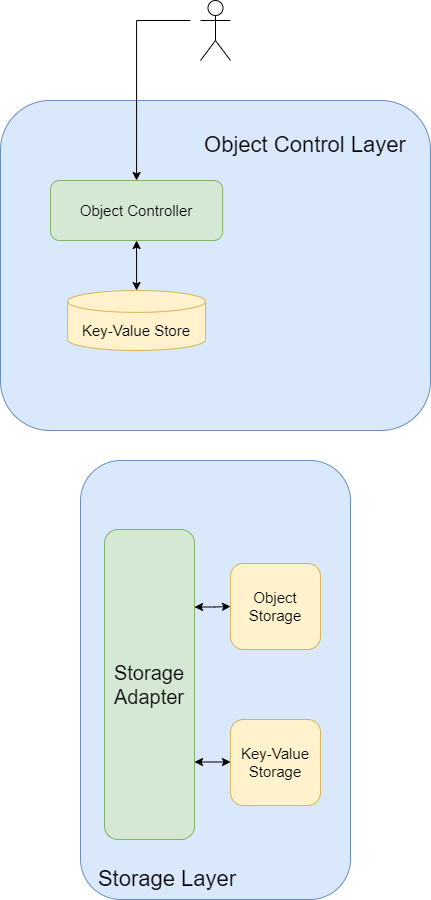
Above: doc/diagrams/oaas_flow_object_creation.dio.png in hpcclab/OaaS (draw.io), before the change. Source tidied: cells renumbered, new cells last; positions are measured from the earlier drawing's top-left corner, leaving out a move shared by most shapes.
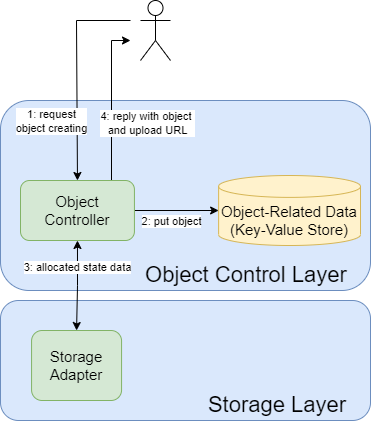
The same file after the commit.

Change to the diagram source:
```diff
@@ -3,34 +3,52 @@
     <mxCell id="0" />
     <mxCell id="1" parent="0" />
     <mxCell id="2" style="rounded=1;whiteSpace=wrap;html=1;fillColor=#dae8fc;strokeColor=#6c8ebf;" parent="1" vertex="1">
-      <mxGeometry y="100" width="430" height="330" as="geometry" />
+      <mxGeometry x="60" y="100" width="370" height="190" as="geometry" />
     </mxCell>
     <mxCell id="3" style="rounded=1;whiteSpace=wrap;html=1;strokeColor=#6c8ebf;fillColor=#dae8fc;" parent="1" vertex="1">
-      <mxGeometry x="80" y="460" width="270" height="439" as="geometry" />
+      <mxGeometry x="60" y="300" width="370" height="120" as="geometry" />
     </mxCell>
     <mxCell id="4" value="&lt;font style=&quot;font-size: 22px&quot;&gt;Storage Layer&lt;/font&gt;" style="text;html=1;strokeColor=none;fillColor=none;align=center;verticalAlign=middle;whiteSpace=wrap;rounded=0;fontSize=22;" parent="1" vertex="1">
-      <mxGeometry x="84" y="864" width="166" height="30" as="geometry" />
+      <mxGeometry x="254" y="390" width="166" height="30" as="geometry" />
     </mxCell>
     <mxCell id="5" value="&lt;font style=&quot;font-size: 22px&quot;&gt;Object Control Layer&lt;/font&gt;" style="text;html=1;strokeColor=none;fillColor=none;align=center;verticalAlign=middle;whiteSpace=wrap;rounded=0;fontSize=22;" parent="1" vertex="1">
-      <mxGeometry x="180" y="130" width="250" height="30" as="geometry" />
+      <mxGeometry x="181.1" y="260" width="250" height="30" as="geometry" />
     </mxCell>
-    <mxCell id="6" style="edgeStyle=orthogonalEdgeStyle;rounded=0;jettySize=auto;html=1;entryX=0.5;entryY=0;entryDx=0;entryDy=0;entryPerimeter=0;startArrow=classic;startFill=1;exitX=0.5;exitY=1;exitDx=0;exitDy=0;exitPerimeter=0;" parent="1" edge="1" source="7" target="11">
+    <mxCell id="6" style="edgeStyle=orthogonalEdgeStyle;rounded=0;jettySize=auto;html=1;entryX=0;entryY=0.5;entryDx=0;entryDy=0;entryPerimeter=0;startArrow=none;startFill=0;exitX=1;exitY=0.5;exitDx=0;exitDy=0;" parent="1" edge="1" source="7" target="11">
       <mxGeometry relative="1" as="geometry" />
     </mxCell>
+    <mxCell id="16" value="2: put object" style="edgeLabel;html=1;align=center;verticalAlign=middle;" parent="6" vertex="1">
+      <mxGeometry x="-0.37" relative="1" as="geometry">
+        <mxPoint x="11" y="10" as="offset" />
+      </mxGeometry>
+    </mxCell>
+    <mxCell id="17" style="edgeStyle=orthogonalEdgeStyle;rounded=0;jettySize=auto;html=1;exitX=0.5;exitY=1;exitDx=0;exitDy=0;entryX=0.5;entryY=0;entryDx=0;entryDy=0;startArrow=classic;startFill=1;" parent="1" edge="1" source="7" target="10">
+      <mxGeometry relative="1" as="geometry" />
+    </mxCell>
+    <mxCell id="18" value="3: allocated state data" style="edgeLabel;html=1;align=center;verticalAlign=middle;" parent="17" vertex="1">
+      <mxGeometry x="-0.4" relative="1" as="geometry" />
+    </mxCell>
+    <mxCell id="19" style="edgeStyle=orthogonalEdgeStyle;rounded=0;jettySize=auto;html=1;exitX=0.75;exitY=0;exitDx=0;exitDy=0;startArrow=none;startFill=0;" parent="1" edge="1" source="7">
+      <mxGeometry relative="1" as="geometry">
+        <mxPoint x="190" y="40" as="targetPoint" />
+        <Array as="points">
+          <mxPoint x="171" y="40" />
+        </Array>
+      </mxGeometry>
+    </mxCell>
+    <mxCell id="20" value="4: reply with object &lt;br&gt;and upload URL" style="edgeLabel;html=1;align=center;verticalAlign=middle;" parent="19" vertex="1">
+      <mxGeometry x="0.13" y="1" relative="1" as="geometry">
+        <mxPoint x="36" y="30" as="offset" />
+      </mxGeometry>
+    </mxCell>
     <mxCell id="7" value="&lt;span style=&quot;font-size: 15px;&quot;&gt;Object Controller&lt;/span&gt;" style="rounded=1;whiteSpace=wrap;html=1;fillColor=#d5e8d4;strokeColor=#82b366;fontSize=15;" parent="1" vertex="1">
-      <mxGeometry x="50" y="180" width="172.1" height="60" as="geometry" />
+      <mxGeometry x="80" y="180" width="113.9" height="60" as="geometry" />
     </mxCell>
-    <mxCell id="8" style="edgeStyle=orthogonalEdgeStyle;rounded=0;jettySize=auto;html=1;exitX=1;exitY=0.25;exitDx=0;exitDy=0;startArrow=classic;startFill=1;" parent="1" edge="1" source="10" target="14">
-      <mxGeometry relative="1" as="geometry" />
-    </mxCell>
-    <mxCell id="9" style="edgeStyle=orthogonalEdgeStyle;rounded=0;jettySize=auto;html=1;exitX=1;exitY=0.75;exitDx=0;exitDy=0;entryX=0;entryY=0.5;entryDx=0;entryDy=0;startArrow=classic;startFill=1;" parent="1" edge="1" source="10" target="15">
-      <mxGeometry relative="1" as="geometry" />
-    </mxCell>
-    <mxCell id="10" value="&lt;span style=&quot;font-size: 20px&quot;&gt;Storage Adapter&lt;/span&gt;" style="rounded=1;whiteSpace=wrap;html=1;fillColor=#d5e8d4;strokeColor=#82b366;" parent="1" vertex="1">
-      <mxGeometry x="104" y="529" width="90" height="310" as="geometry" />
+    <mxCell id="10" value="&lt;span style=&quot;font-size: 15px;&quot;&gt;Storage Adapter&lt;/span&gt;" style="rounded=1;whiteSpace=wrap;html=1;fillColor=#d5e8d4;strokeColor=#82b366;fontSize=15;" parent="1" vertex="1">
+      <mxGeometry x="91.1" y="330" width="90" height="70" as="geometry" />
     </mxCell>
-    <mxCell id="11" value="Key-Value Store" style="shape=cylinder3;whiteSpace=wrap;html=1;boundedLbl=1;backgroundOutline=1;size=10.942836216517833;fillColor=#fff2cc;strokeColor=#d6b656;fontSize=15;" parent="1" vertex="1">
-      <mxGeometry x="67.1" y="290" width="137.9" height="60" as="geometry" />
+    <mxCell id="11" value="Object-Related Data&lt;br style=&quot;font-size: 15px;&quot;&gt;(Key-Value Store)" style="shape=cylinder3;whiteSpace=wrap;html=1;boundedLbl=1;backgroundOutline=1;size=10.942836216517833;fillColor=#fff2cc;strokeColor=#d6b656;fontSize=15;" parent="1" vertex="1">
+      <mxGeometry x="278.1" y="175" width="141.9" height="70" as="geometry" />
     </mxCell>
     <mxCell id="12" style="edgeStyle=orthogonalEdgeStyle;rounded=0;jettySize=auto;html=1;entryX=0.5;entryY=0;entryDx=0;entryDy=0;" parent="1" edge="1" target="7">
       <mxGeometry relative="1" as="geometry">
@@ -40,14 +58,13 @@
         </Array>
       </mxGeometry>
     </mxCell>
+    <mxCell id="21" value="1: request&lt;br&gt;object creating" style="edgeLabel;html=1;align=center;verticalAlign=middle;" parent="12" vertex="1">
+      <mxGeometry x="0.58" y="-1" relative="1" as="geometry">
+        <mxPoint x="-25" y="-16" as="offset" />
+      </mxGeometry>
+    </mxCell>
     <mxCell id="13" style="shape=umlActor;verticalLabelPosition=bottom;verticalAlign=top;html=1;" parent="1" vertex="1">
       <mxGeometry x="200" width="30" height="60" as="geometry" />
     </mxCell>
-    <mxCell id="14" value="&lt;span style=&quot;font-size: 15px;&quot;&gt;Object Storage&lt;/span&gt;" style="rounded=1;whiteSpace=wrap;html=1;fillColor=#fff2cc;strokeColor=#d6b656;fontSize=15;" parent="1" vertex="1">
-      <mxGeometry x="230" y="563" width="90" height="86" as="geometry" />
-    </mxCell>
-    <mxCell id="15" value="&lt;span style=&quot;font-size: 15px;&quot;&gt;Key-Value Storage&lt;/span&gt;" style="rounded=1;whiteSpace=wrap;html=1;fillColor=#fff2cc;strokeColor=#d6b656;fontSize=15;" parent="1" vertex="1">
-      <mxGeometry x="230" y="719" width="90" height="86" as="geometry" />
-    </mxCell>
   </root>
 </mxGraphModel>
```
